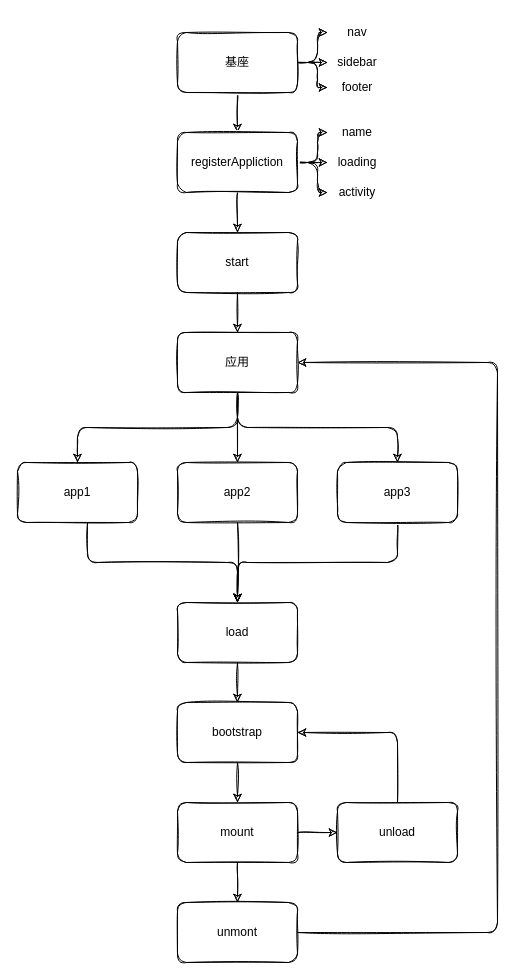
Before: source/drawio/single-spa 架构图.drawio in youngjuning/youngjuning.github.io, a draw.io diagram. Source tidied: cells renumbered, new cells numbered last; positions are measured from the earlier drawing's top-left corner, leaving out a move shared by most shapes. Both pictures are drawn from the tidied source at 100%, with x=0, y=0 at pixel (17, 17).
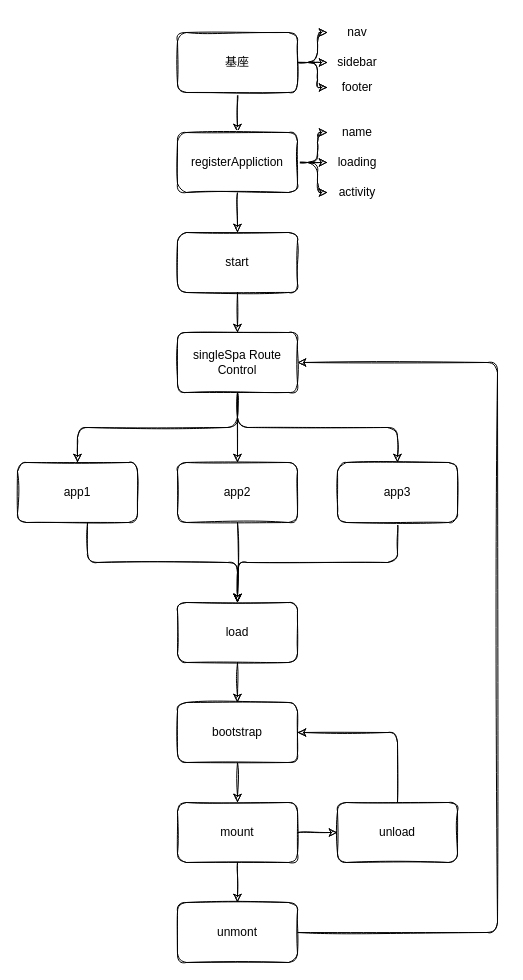
After the change.

Commit message (it also covers changes not shown here):
修改 single-spa 架构图

Change to the diagram source:
```diff
@@
-    <mxCell id="37" value="应用" style="whiteSpace=wrap;html=1;rounded=1;sketch=1;" parent="1" vertex="1">
+    <mxCell id="37" value="singleSpa Route Control" style="whiteSpace=wrap;html=1;rounded=1;sketch=1;" parent="1" vertex="1">
       <mxGeometry x="160" y="315" width="120" height="60" as="geometry" />
     </mxCell>
```
